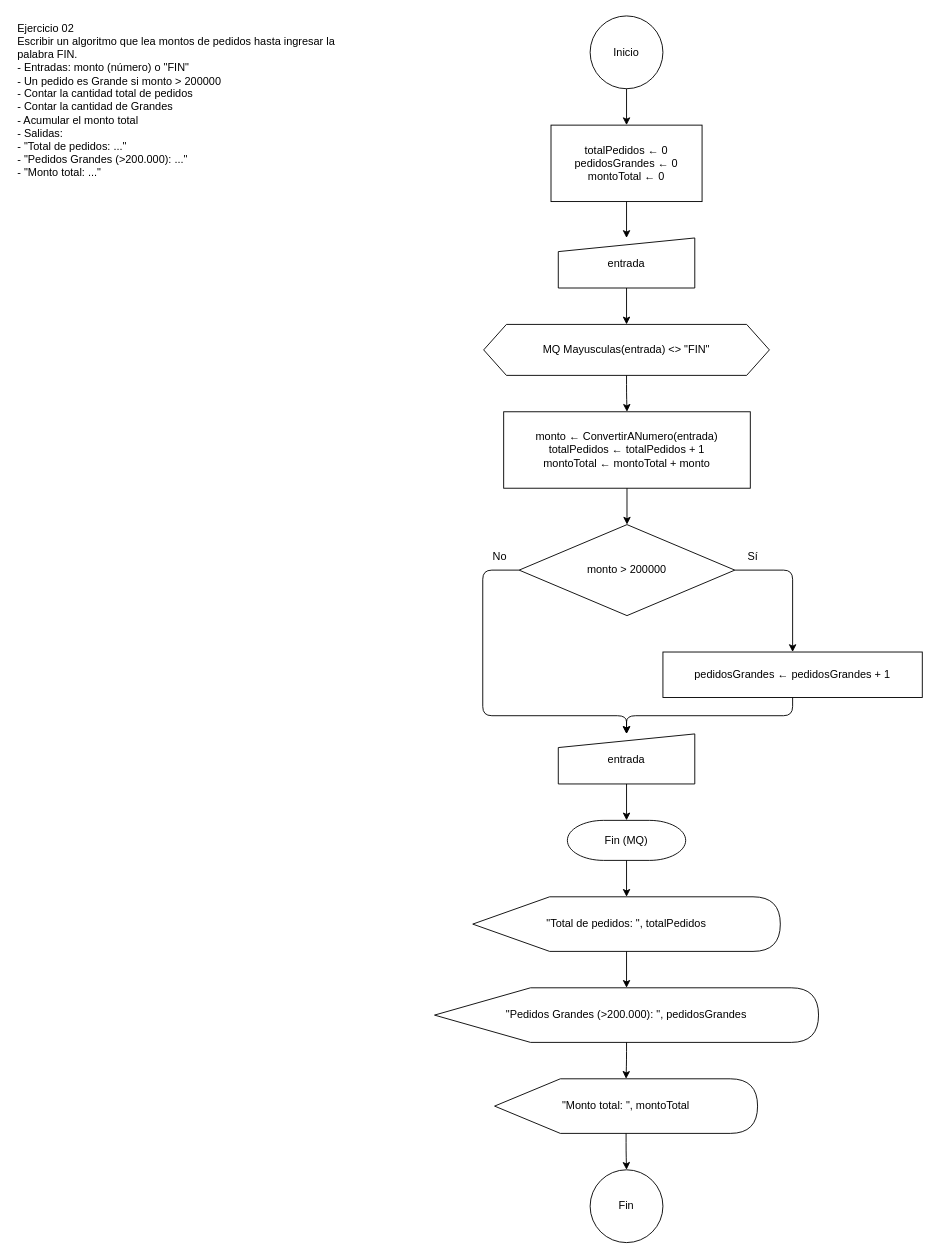
Before: DATOS Y ALGORITMOS/Practica/Parcial_1/Ejercicio_02/diagrama.drawio in gonzalogiolitti/facultad-tcd, a draw.io diagram. Source tidied: cells renumbered, new cells numbered last; positions are measured from the earlier drawing's top-left corner, leaving out a move shared by most shapes. Both pictures are drawn from the tidied source at 91%, with x=0, y=0 at pixel (15, 15).
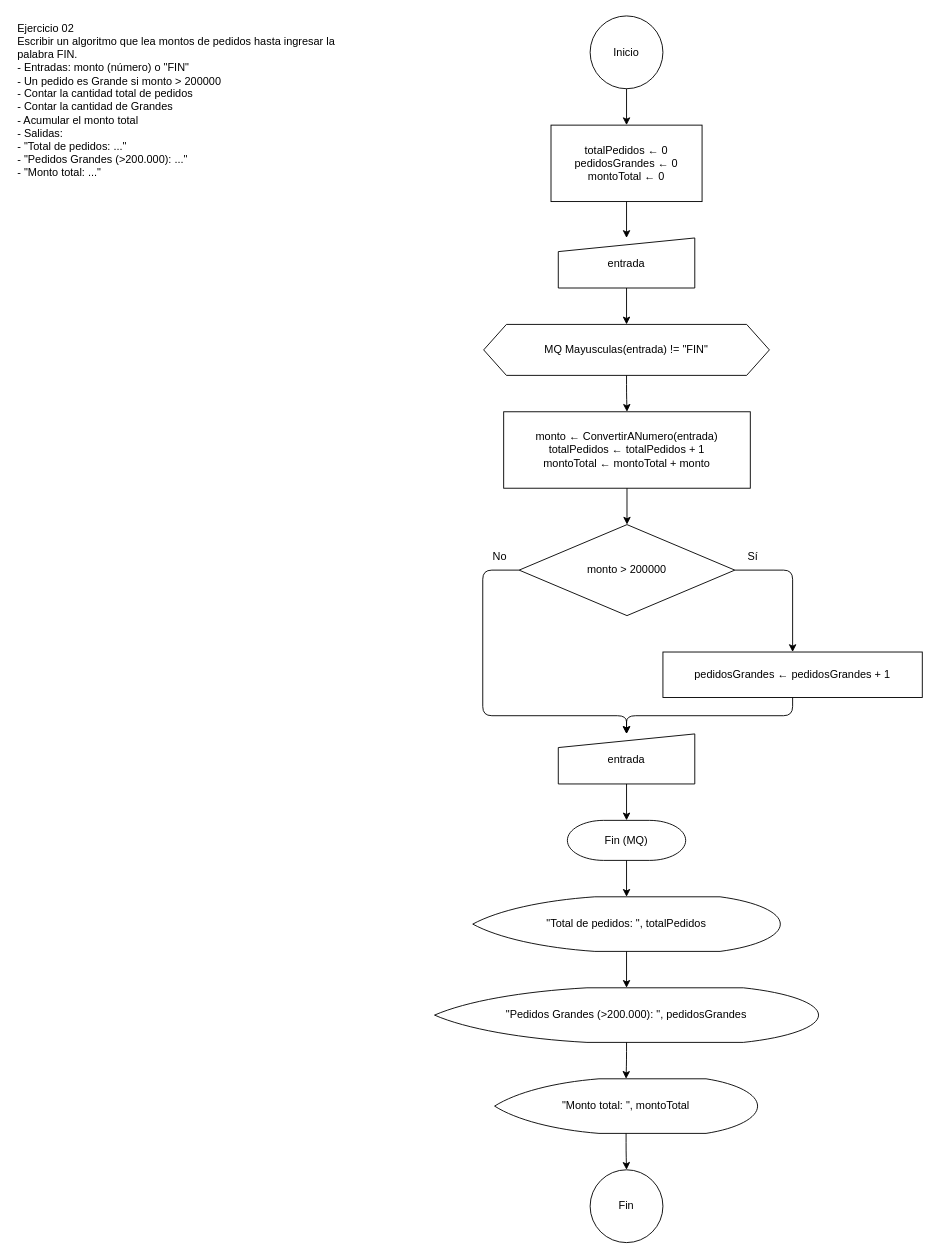
The same page after the edit.

Change to the diagram source:
```diff
@@
-    <mxCell id="6" value="MQ  Mayusculas(entrada) &lt;&gt; &quot;FIN&quot;" style="shape=hexagon;perimeter=hexagonPerimeter2;whiteSpace=wrap;html=1;fixedSize=1;size=25;" parent="1" vertex="1">
+    <mxCell id="6" value="MQ  Mayusculas(entrada) != &quot;FIN&quot;" style="shape=hexagon;perimeter=hexagonPerimeter2;whiteSpace=wrap;html=1;fixedSize=1;size=25;" parent="1" vertex="1">
       <mxGeometry x="514" y="339" width="314" height="56" as="geometry" />
     </mxCell>
@@
-    <mxCell id="14" value="&quot;Total de pedidos: &quot;, totalPedidos" style="shape=display;whiteSpace=wrap;html=1;" parent="1" vertex="1">
+    <mxCell id="14" value="&quot;Total de pedidos: &quot;, totalPedidos" style="strokeWidth=1;html=1;shape=mxgraph.flowchart.display;whiteSpace=wrap;" parent="1" vertex="1">
       <mxGeometry x="502" y="968" width="338" height="60" as="geometry" />
     </mxCell>
-    <mxCell id="15" value="&quot;Pedidos Grandes (&gt;200.000): &quot;, pedidosGrandes" style="shape=display;whiteSpace=wrap;html=1;" parent="1" vertex="1">
+    <mxCell id="15" value="&quot;Pedidos Grandes (&gt;200.000): &quot;, pedidosGrandes" style="strokeWidth=1;html=1;shape=mxgraph.flowchart.display;whiteSpace=wrap;" parent="1" vertex="1">
       <mxGeometry x="460" y="1068" width="422" height="60" as="geometry" />
     </mxCell>
-    <mxCell id="16" value="&quot;Monto total: &quot;, montoTotal" style="shape=display;whiteSpace=wrap;html=1;" parent="1" vertex="1">
+    <mxCell id="16" value="&quot;Monto total: &quot;, montoTotal" style="strokeWidth=1;html=1;shape=mxgraph.flowchart.display;whiteSpace=wrap;" parent="1" vertex="1">
       <mxGeometry x="526" y="1168" width="289" height="60" as="geometry" />
     </mxCell>
```
